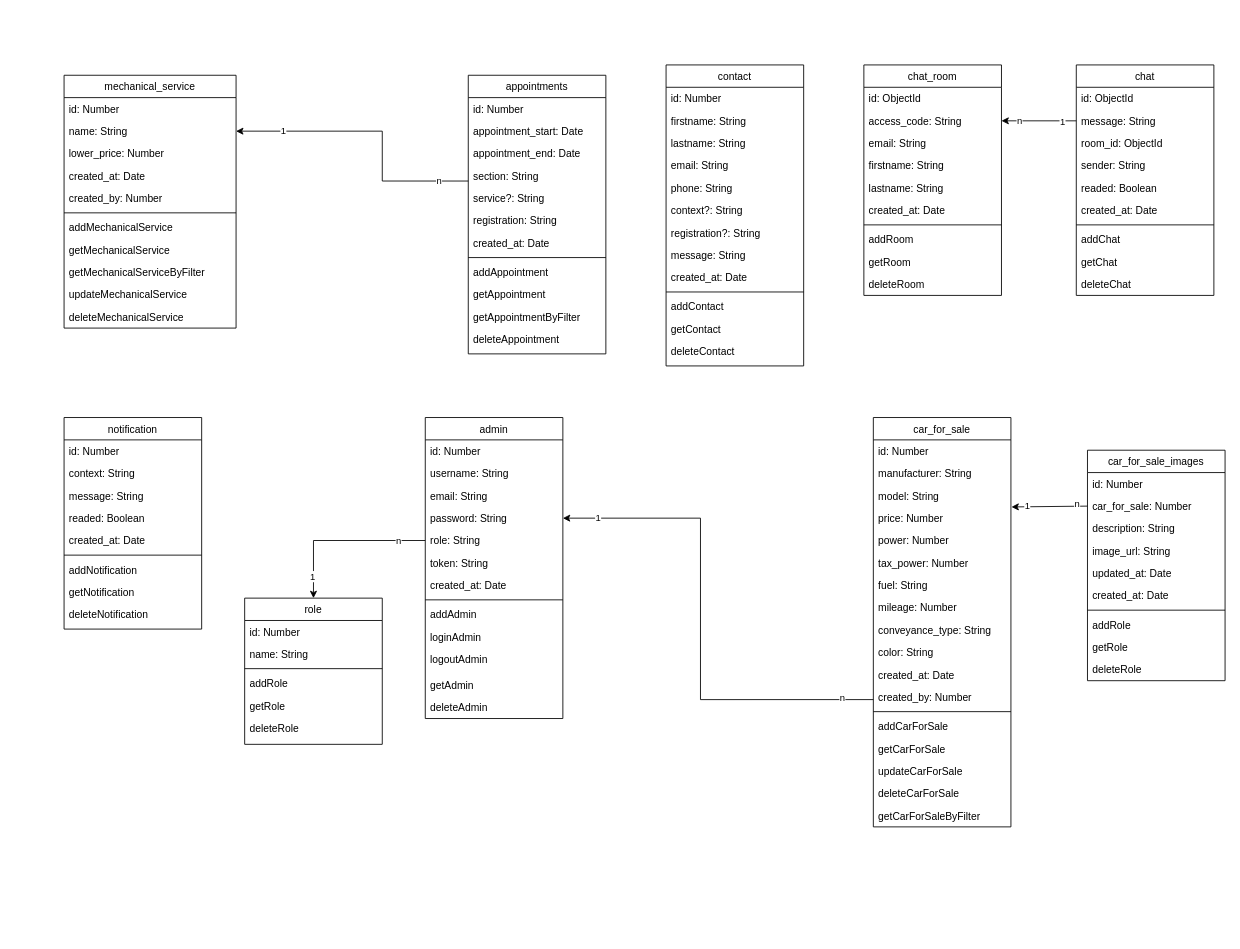
Before: documentation/hephaistos-MCD.drawio in nsevendev/hephaistos, a draw.io diagram. Source tidied: cells renumbered, new cells numbered last; positions are measured from the earlier drawing's top-left corner, leaving out a move shared by most shapes. Both pictures are drawn from the tidied source at 86%, with x=0, y=0 at pixel (64, 64).
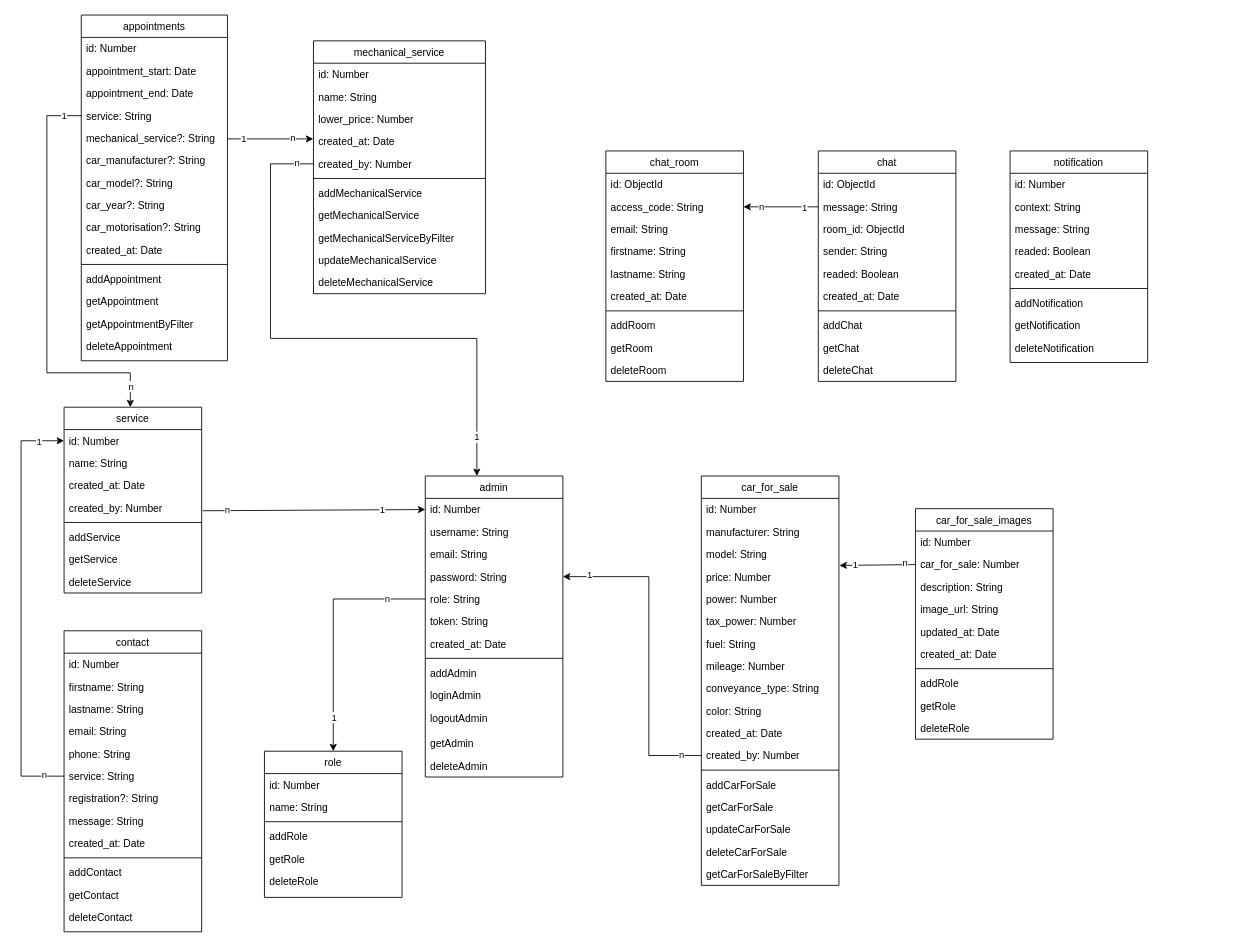
After the change.

Commit message:
modification schema appoitment et contact + création service

The change refers to these unchanged cells:
```xml
<mxCell id="4" value="name: String" style="text;align=left;verticalAlign=top;spacingLeft=4;spacingRight=4;overflow=hidden;points=[[0,0.5],[1,0.5]];portConstraint=eastwest;" parent="2" vertex="1">
  <mxGeometry y="52" width="200" height="26" as="geometry" />
</mxCell>
<mxCell id="6" value="created_at: Date" style="text;align=left;verticalAlign=top;spacingLeft=4;spacingRight=4;overflow=hidden;points=[[0,0.5],[1,0.5]];portConstraint=eastwest;" parent="2" vertex="1">
  <mxGeometry y="104" width="200" height="26" as="geometry" />
</mxCell>
<mxCell id="7" value="created_by: Number" style="text;align=left;verticalAlign=top;spacingLeft=4;spacingRight=4;overflow=hidden;points=[[0,0.5],[1,0.5]];portConstraint=eastwest;" parent="2" vertex="1">
  <mxGeometry y="130" width="200" height="26" as="geometry" />
</mxCell>
<mxCell id="26" value="created_by: Number" style="text;align=left;verticalAlign=top;spacingLeft=4;spacingRight=4;overflow=hidden;points=[[0,0.5],[1,0.5]];portConstraint=eastwest;" parent="14" vertex="1">
  <mxGeometry y="312" width="160" height="26" as="geometry" />
</mxCell>
<mxCell id="62" value="id: Number" style="text;align=left;verticalAlign=top;spacingLeft=4;spacingRight=4;overflow=hidden;points=[[0,0.5],[1,0.5]];portConstraint=eastwest;rounded=0;shadow=0;html=0;" parent="61" vertex="1">
  <mxGeometry y="26" width="160" height="26" as="geometry" />
</mxCell>
<mxCell id="65" value="password: String" style="text;align=left;verticalAlign=top;spacingLeft=4;spacingRight=4;overflow=hidden;points=[[0,0.5],[1,0.5]];portConstraint=eastwest;" parent="61" vertex="1">
  <mxGeometry y="104" width="160" height="26" as="geometry" />
</mxCell>
<mxCell id="66" value="role: String" style="text;align=left;verticalAlign=top;spacingLeft=4;spacingRight=4;overflow=hidden;points=[[0,0.5],[1,0.5]];portConstraint=eastwest;" parent="61" vertex="1">
  <mxGeometry y="130" width="160" height="26" as="geometry" />
</mxCell>
```

Diff of the diagram source:
```diff
@@
     <mxCell id="2" value="mechanical_service" style="swimlane;fontStyle=0;align=center;verticalAlign=top;horizontal=1;startSize=26;rounded=0;shadow=0;strokeWidth=1;" parent="1" vertex="1">
-      <mxGeometry y="12" width="200" height="294" as="geometry" />
+      <mxGeometry x="290" y="-28" width="200" height="294" as="geometry" />
     </mxCell>
@@
     <mxCell id="14" value="car_for_sale" style="swimlane;fontStyle=0;align=center;verticalAlign=top;horizontal=1;startSize=26;rounded=0;shadow=0;strokeWidth=1;" parent="1" vertex="1">
-      <mxGeometry x="941" y="410" width="160" height="476" as="geometry" />
+      <mxGeometry x="741" y="478" width="160" height="476" as="geometry" />
     </mxCell>
@@
     <mxCell id="33" value="chat_room" style="swimlane;fontStyle=0;align=center;verticalAlign=top;horizontal=1;startSize=26;rounded=0;shadow=0;strokeWidth=1;" parent="1" vertex="1">
-      <mxGeometry x="930" width="160" height="268" as="geometry" />
+      <mxGeometry x="630" y="100" width="160" height="268" as="geometry" />
     </mxCell>
@@
     <mxCell id="44" value="chat" style="swimlane;fontStyle=0;align=center;verticalAlign=top;horizontal=1;startSize=26;rounded=0;shadow=0;strokeWidth=1;" parent="1" vertex="1">
-      <mxGeometry x="1177" width="160" height="268" as="geometry" />
+      <mxGeometry x="877" y="100" width="160" height="268" as="geometry" />
     </mxCell>
@@
-    <mxCell id="58" style="endArrow=classic;html=1;rounded=0;exitX=0;exitY=0.731;exitDx=0;exitDy=0;entryX=1;entryY=0.5;entryDx=0;entryDy=0;exitPerimeter=0;" parent="1" edge="1" source="116" target="4">
-      <mxGeometry relative="1" as="geometry">
-        <Array as="points">
-          <mxPoint x="370" y="135" />
-          <mxPoint x="370" y="77" />
-        </Array>
-      </mxGeometry>
-    </mxCell>
-    <mxCell id="59" value="n" style="edgeLabel;html=1;align=center;verticalAlign=middle;" parent="58" vertex="1">
-      <mxGeometry relative="1" as="geometry">
-        <mxPoint x="71" y="57" as="offset" />
-      </mxGeometry>
-    </mxCell>
-    <mxCell id="60" value="1" style="edgeLabel;html=1;align=center;verticalAlign=middle;" parent="58" vertex="1">
-      <mxGeometry x="0.67" y="-1" relative="1" as="geometry" />
-    </mxCell>
     <mxCell id="61" value="admin" style="swimlane;fontStyle=0;align=center;verticalAlign=top;horizontal=1;startSize=26;rounded=0;shadow=0;strokeWidth=1;" parent="1" vertex="1">
-      <mxGeometry x="420" y="410" width="160" height="350" as="geometry" />
+      <mxGeometry x="420" y="478" width="160" height="350" as="geometry" />
     </mxCell>
@@
     <mxCell id="75" value="contact" style="swimlane;fontStyle=0;align=center;verticalAlign=top;horizontal=1;startSize=26;rounded=0;shadow=0;strokeWidth=1;" parent="1" vertex="1">
-      <mxGeometry x="700" width="160" height="350" as="geometry" />
+      <mxGeometry y="658" width="160" height="350" as="geometry" />
     </mxCell>
@@
-    <mxCell id="81" value="context?: String" style="text;align=left;verticalAlign=top;spacingLeft=4;spacingRight=4;overflow=hidden;points=[[0,0.5],[1,0.5]];portConstraint=eastwest;" parent="75" vertex="1">
+    <mxCell id="81" value="service: String" style="text;align=left;verticalAlign=top;spacingLeft=4;spacingRight=4;overflow=hidden;points=[[0,0.5],[1,0.5]];portConstraint=eastwest;" parent="75" vertex="1">
       <mxGeometry y="156" width="160" height="26" as="geometry" />
     </mxCell>
@@
     <mxCell id="89" value="role" style="swimlane;fontStyle=0;align=center;verticalAlign=top;horizontal=1;startSize=26;rounded=0;shadow=0;strokeWidth=1;" parent="1" vertex="1">
-      <mxGeometry x="210" y="620" width="160" height="170" as="geometry" />
+      <mxGeometry x="233" y="798" width="160" height="170" as="geometry" />
     </mxCell>
@@
     <mxCell id="96" style="endArrow=classic;html=1;rounded=0;exitX=0;exitY=0.5;exitDx=0;exitDy=0;entryX=0.5;entryY=0;entryDx=0;entryDy=0;" parent="1" edge="1" source="66" target="89">
       <mxGeometry relative="1" as="geometry">
         <Array as="points">
-          <mxPoint x="290" y="553" />
+          <mxPoint x="313" y="621" />
         </Array>
       </mxGeometry>
     </mxCell>
     <mxCell id="97" value="1" style="edgeLabel;html=1;align=center;verticalAlign=middle;" parent="96" vertex="1">
       <mxGeometry relative="1" as="geometry">
-        <mxPoint x="-33" y="41" as="offset" />
+        <mxPoint y="102" as="offset" />
       </mxGeometry>
     </mxCell>
@@
-    <mxCell id="99" style="endArrow=classic;html=1;rounded=0;exitX=0;exitY=0.615;exitDx=0;exitDy=0;entryX=1;entryY=0.5;entryDx=0;entryDy=0;exitPerimeter=0;" parent="1" edge="1" source="26" target="65">
+    <mxCell id="99" style="endArrow=classic;html=1;rounded=0;entryX=1;entryY=0.5;entryDx=0;entryDy=0;exitX=0;exitY=0.5;exitDx=0;exitDy=0;" parent="1" edge="1" source="26" target="65">
       <mxGeometry relative="1" as="geometry">
         <Array as="points">
-          <mxPoint x="740" y="738" />
-          <mxPoint x="740" y="527" />
+          <mxPoint x="680" y="803" />
+          <mxPoint x="680" y="595" />
         </Array>
       </mxGeometry>
     </mxCell>
     <mxCell id="100" value="1" style="edgeLabel;html=1;align=center;verticalAlign=middle;" parent="99" vertex="1">
       <mxGeometry relative="1" as="geometry">
-        <mxPoint x="-120" y="-127" as="offset" />
+        <mxPoint x="-70" y="-87" as="offset" />
       </mxGeometry>
     </mxCell>
@@
     <mxCell id="102" value="notification" style="swimlane;fontStyle=0;align=center;verticalAlign=top;horizontal=1;startSize=26;rounded=0;shadow=0;strokeWidth=1;" parent="1" vertex="1">
-      <mxGeometry y="410" width="160" height="246" as="geometry" />
+      <mxGeometry x="1100" y="100" width="160" height="246" as="geometry" />
     </mxCell>
@@
     <mxCell id="112" value="appointments" style="swimlane;fontStyle=0;align=center;verticalAlign=top;horizontal=1;startSize=26;rounded=0;shadow=0;strokeWidth=1;" parent="1" vertex="1">
-      <mxGeometry x="470" y="12" width="160" height="324" as="geometry" />
+      <mxGeometry x="20" y="-58" width="170" height="402" as="geometry" />
     </mxCell>
     <mxCell id="113" value="id: Number" style="text;align=left;verticalAlign=top;spacingLeft=4;spacingRight=4;overflow=hidden;rounded=0;shadow=0;html=0;" parent="112" vertex="1">
-      <mxGeometry y="26" width="160" height="26" as="geometry" />
+      <mxGeometry y="26" width="170" height="26" as="geometry" />
     </mxCell>
     <mxCell id="114" value="appointment_start: Date" style="text;align=left;verticalAlign=top;spacingLeft=4;spacingRight=4;overflow=hidden;" parent="112" vertex="1">
-      <mxGeometry y="52" width="160" height="26" as="geometry" />
+      <mxGeometry y="52" width="170" height="26" as="geometry" />
     </mxCell>
     <mxCell id="115" value="appointment_end: Date" style="text;align=left;verticalAlign=top;spacingLeft=4;spacingRight=4;overflow=hidden;" parent="112" vertex="1">
-      <mxGeometry y="78" width="160" height="26" as="geometry" />
+      <mxGeometry y="78" width="170" height="26" as="geometry" />
     </mxCell>
-    <mxCell id="116" value="section: String" style="text;align=left;verticalAlign=top;spacingLeft=4;spacingRight=4;overflow=hidden;points=[[0,0.5],[1,0.5]];portConstraint=eastwest;" parent="112" vertex="1">
-      <mxGeometry y="104" width="160" height="26" as="geometry" />
+    <mxCell id="116" value="service: String" style="text;align=left;verticalAlign=top;spacingLeft=4;spacingRight=4;overflow=hidden;points=[[0,0.5],[1,0.5]];portConstraint=eastwest;" parent="112" vertex="1">
+      <mxGeometry y="104" width="170" height="26" as="geometry" />
     </mxCell>
-    <mxCell id="117" value="service?: String" style="text;align=left;verticalAlign=top;spacingLeft=4;spacingRight=4;overflow=hidden;" parent="112" vertex="1">
-      <mxGeometry y="130" width="160" height="26" as="geometry" />
+    <mxCell id="117" value="mechanical_service?: String" style="text;align=left;verticalAlign=top;spacingLeft=4;spacingRight=4;overflow=hidden;" parent="112" vertex="1">
+      <mxGeometry y="130" width="170" height="26" as="geometry" />
     </mxCell>
-    <mxCell id="118" value="registration: String" style="text;align=left;verticalAlign=top;spacingLeft=4;spacingRight=4;overflow=hidden;" parent="112" vertex="1">
-      <mxGeometry y="156" width="160" height="26" as="geometry" />
+    <mxCell id="118" value="car_manufacturer?: String" style="text;align=left;verticalAlign=top;spacingLeft=4;spacingRight=4;overflow=hidden;" parent="112" vertex="1">
+      <mxGeometry y="156" width="170" height="26" as="geometry" />
     </mxCell>
+    <mxCell id="139" value="car_model?: String" style="text;align=left;verticalAlign=top;spacingLeft=4;spacingRight=4;overflow=hidden;" parent="112" vertex="1">
+      <mxGeometry y="182" width="170" height="26" as="geometry" />
+    </mxCell>
+    <mxCell id="140" value="car_year?: String" style="text;align=left;verticalAlign=top;spacingLeft=4;spacingRight=4;overflow=hidden;" parent="112" vertex="1">
+      <mxGeometry y="208" width="170" height="26" as="geometry" />
+    </mxCell>
+    <mxCell id="141" value="car_motorisation?: String" style="text;align=left;verticalAlign=top;spacingLeft=4;spacingRight=4;overflow=hidden;" parent="112" vertex="1">
+      <mxGeometry y="234" width="170" height="26" as="geometry" />
+    </mxCell>
     <mxCell id="119" value="created_at: Date" style="text;align=left;verticalAlign=top;spacingLeft=4;spacingRight=4;overflow=hidden;" parent="112" vertex="1">
-      <mxGeometry y="182" width="160" height="26" as="geometry" />
+      <mxGeometry y="260" width="170" height="26" as="geometry" />
     </mxCell>
     <mxCell id="120" style="line;html=1;strokeWidth=1;align=left;verticalAlign=middle;spacingTop=-1;spacingLeft=3;spacingRight=3;labelPosition=right;" parent="112" vertex="1">
-      <mxGeometry y="208" width="160" height="8" as="geometry" />
+      <mxGeometry y="286" width="170" height="8" as="geometry" />
     </mxCell>
     <mxCell id="121" value="addAppointment" style="text;align=left;verticalAlign=top;spacingLeft=4;spacingRight=4;overflow=hidden;" parent="112" vertex="1">
-      <mxGeometry y="216" width="160" height="26" as="geometry" />
+      <mxGeometry y="294" width="170" height="26" as="geometry" />
     </mxCell>
     <mxCell id="122" value="getAppointment" style="text;align=left;verticalAlign=top;spacingLeft=4;spacingRight=4;overflow=hidden;" parent="112" vertex="1">
-      <mxGeometry y="242" width="160" height="26" as="geometry" />
+      <mxGeometry y="320" width="170" height="26" as="geometry" />
     </mxCell>
     <mxCell id="123" value="getAppointmentByFilter" style="text;align=left;verticalAlign=top;spacingLeft=4;spacingRight=4;overflow=hidden;" parent="112" vertex="1">
-      <mxGeometry y="268" width="160" height="26" as="geometry" />
+      <mxGeometry y="346" width="170" height="26" as="geometry" />
     </mxCell>
     <mxCell id="124" value="deleteAppointment" style="text;align=left;verticalAlign=top;spacingLeft=4;spacingRight=4;overflow=hidden;" parent="112" vertex="1">
-      <mxGeometry y="294" width="160" height="30" as="geometry" />
+      <mxGeometry y="372" width="170" height="30" as="geometry" />
     </mxCell>
     <mxCell id="125" value="car_for_sale_images" style="swimlane;fontStyle=0;align=center;verticalAlign=top;horizontal=1;startSize=26;rounded=0;shadow=0;strokeWidth=1;" parent="1" vertex="1">
-      <mxGeometry x="1190" y="448" width="160" height="268" as="geometry" />
+      <mxGeometry x="990" y="516" width="160" height="268" as="geometry" />
     </mxCell>
@@
+    <mxCell id="142" value="service" style="swimlane;fontStyle=0;align=center;verticalAlign=top;horizontal=1;startSize=26;rounded=0;shadow=0;strokeWidth=1;" parent="1" vertex="1">
+      <mxGeometry y="398" width="160" height="216" as="geometry" />
+    </mxCell>
+    <mxCell id="143" value="id: Number" style="text;align=left;verticalAlign=top;spacingLeft=4;spacingRight=4;overflow=hidden;points=[[0,0.5],[1,0.5]];portConstraint=eastwest;rounded=0;shadow=0;html=0;" parent="142" vertex="1">
+      <mxGeometry y="26" width="160" height="26" as="geometry" />
+    </mxCell>
+    <mxCell id="144" value="name: String" style="text;align=left;verticalAlign=top;spacingLeft=4;spacingRight=4;overflow=hidden;" parent="142" vertex="1">
+      <mxGeometry y="52" width="160" height="26" as="geometry" />
+    </mxCell>
+    <mxCell id="145" value="created_at: Date" style="text;align=left;verticalAlign=top;spacingLeft=4;spacingRight=4;overflow=hidden;" parent="142" vertex="1">
+      <mxGeometry y="78" width="160" height="26" as="geometry" />
+    </mxCell>
+    <mxCell id="146" value="created_by: Number" style="text;align=left;verticalAlign=top;spacingLeft=4;spacingRight=4;overflow=hidden;points=[[0,0.5],[1,0.5]];portConstraint=eastwest;" parent="142" vertex="1">
+      <mxGeometry y="104" width="160" height="26" as="geometry" />
+    </mxCell>
+    <mxCell id="147" style="line;html=1;strokeWidth=1;align=left;verticalAlign=middle;spacingTop=-1;spacingLeft=3;spacingRight=3;labelPosition=right;" parent="142" vertex="1">
+      <mxGeometry y="130" width="160" height="8" as="geometry" />
+    </mxCell>
+    <mxCell id="148" value="addService" style="text;align=left;verticalAlign=top;spacingLeft=4;spacingRight=4;overflow=hidden;" parent="142" vertex="1">
+      <mxGeometry y="138" width="160" height="26" as="geometry" />
+    </mxCell>
+    <mxCell id="149" value="getService" style="text;align=left;verticalAlign=top;spacingLeft=4;spacingRight=4;overflow=hidden;" parent="142" vertex="1">
+      <mxGeometry y="164" width="160" height="26" as="geometry" />
+    </mxCell>
+    <mxCell id="150" value="deleteService" style="text;align=left;verticalAlign=top;spacingLeft=4;spacingRight=4;overflow=hidden;" parent="142" vertex="1">
+      <mxGeometry y="190" width="160" height="26" as="geometry" />
+    </mxCell>
+    <mxCell id="151" style="endArrow=classic;html=1;rounded=0;exitX=1.006;exitY=0.631;exitDx=0;exitDy=0;entryX=0;entryY=0.5;entryDx=0;entryDy=0;exitPerimeter=0;" parent="1" edge="1" source="146" target="62">
+      <mxGeometry relative="1" as="geometry" />
+    </mxCell>
+    <mxCell id="152" value="n" style="edgeLabel;html=1;align=center;verticalAlign=middle;" parent="151" vertex="1">
+      <mxGeometry relative="1" as="geometry">
+        <mxPoint x="-101" y="-1" as="offset" />
+      </mxGeometry>
+    </mxCell>
+    <mxCell id="153" value="1" style="edgeLabel;html=1;align=center;verticalAlign=middle;" parent="151" vertex="1">
+      <mxGeometry x="0.44" y="1" relative="1" as="geometry">
+        <mxPoint x="22" as="offset" />
+      </mxGeometry>
+    </mxCell>
+    <mxCell id="154" style="endArrow=classic;html=1;rounded=0;exitX=0;exitY=0.5;exitDx=0;exitDy=0;entryX=0;entryY=0.5;entryDx=0;entryDy=0;" parent="1" edge="1" source="81" target="143">
+      <mxGeometry relative="1" as="geometry">
+        <Array as="points">
+          <mxPoint x="-50" y="827" />
+          <mxPoint x="-50" y="437" />
+        </Array>
+      </mxGeometry>
+    </mxCell>
+    <mxCell id="155" value="1" style="edgeLabel;html=1;align=center;verticalAlign=middle;" parent="154" vertex="1">
+      <mxGeometry relative="1" as="geometry">
+        <mxPoint x="20" y="-195" as="offset" />
+      </mxGeometry>
+    </mxCell>
+    <mxCell id="156" value="n" style="edgeLabel;html=1;align=center;verticalAlign=middle;" parent="154" vertex="1">
+      <mxGeometry x="-0.9" y="1" relative="1" as="geometry">
+        <mxPoint y="-3" as="offset" />
+      </mxGeometry>
+    </mxCell>
+    <mxCell id="157" style="endArrow=classic;html=1;rounded=0;exitX=0;exitY=0.5;exitDx=0;exitDy=0;entryX=0.375;entryY=0;entryDx=0;entryDy=0;entryPerimeter=0;" parent="1" edge="1" source="7" target="61">
+      <mxGeometry relative="1" as="geometry">
+        <Array as="points">
+          <mxPoint x="240" y="115" />
+          <mxPoint x="240" y="318" />
+          <mxPoint x="480" y="318" />
+        </Array>
+      </mxGeometry>
+    </mxCell>
+    <mxCell id="158" value="n" style="edgeLabel;html=1;align=center;verticalAlign=middle;" parent="157" vertex="1">
+      <mxGeometry relative="1" as="geometry">
+        <mxPoint x="-44" y="-205" as="offset" />
+      </mxGeometry>
+    </mxCell>
+    <mxCell id="159" value="1" style="edgeLabel;html=1;align=center;verticalAlign=middle;" parent="157" vertex="1">
+      <mxGeometry x="0.86" y="-1" relative="1" as="geometry" />
+    </mxCell>
+    <mxCell id="160" style="endArrow=classic;html=1;rounded=0;exitX=1;exitY=0.5;exitDx=0;exitDy=0;entryX=-0.001;entryY=0.385;entryDx=0;entryDy=0;entryPerimeter=0;" parent="1" edge="1" target="6">
+      <mxGeometry relative="1" as="geometry">
+        <mxPoint x="190" y="86" as="sourcePoint" />
+      </mxGeometry>
+    </mxCell>
+    <mxCell id="161" value="1" style="edgeLabel;html=1;align=center;verticalAlign=middle;" parent="160" vertex="1">
+      <mxGeometry relative="1" as="geometry">
+        <mxPoint x="-31" y="-1" as="offset" />
+      </mxGeometry>
+    </mxCell>
+    <mxCell id="162" value="n" style="edgeLabel;html=1;align=center;verticalAlign=middle;" parent="160" vertex="1">
+      <mxGeometry x="0.53" y="-1" relative="1" as="geometry">
+        <mxPoint y="-3" as="offset" />
+      </mxGeometry>
+    </mxCell>
+    <mxCell id="163" style="endArrow=classic;html=1;rounded=0;exitX=0;exitY=0.5;exitDx=0;exitDy=0;" parent="1" edge="1" source="116">
+      <mxGeometry relative="1" as="geometry">
+        <mxPoint x="77" y="398" as="targetPoint" />
+        <Array as="points">
+          <mxPoint x="-20" y="59" />
+          <mxPoint x="-20" y="358" />
+          <mxPoint x="77" y="358" />
+        </Array>
+      </mxGeometry>
+    </mxCell>
+    <mxCell id="164" value="n" style="edgeLabel;html=1;align=center;verticalAlign=middle;" parent="163" vertex="1">
+      <mxGeometry relative="1" as="geometry">
+        <mxPoint x="97" y="116" as="offset" />
+      </mxGeometry>
+    </mxCell>
+    <mxCell id="165" value="1" style="edgeLabel;html=1;align=center;verticalAlign=middle;" parent="163" vertex="1">
+      <mxGeometry x="-0.91" relative="1" as="geometry">
+        <mxPoint y="-1" as="offset" />
+      </mxGeometry>
+    </mxCell>
```
